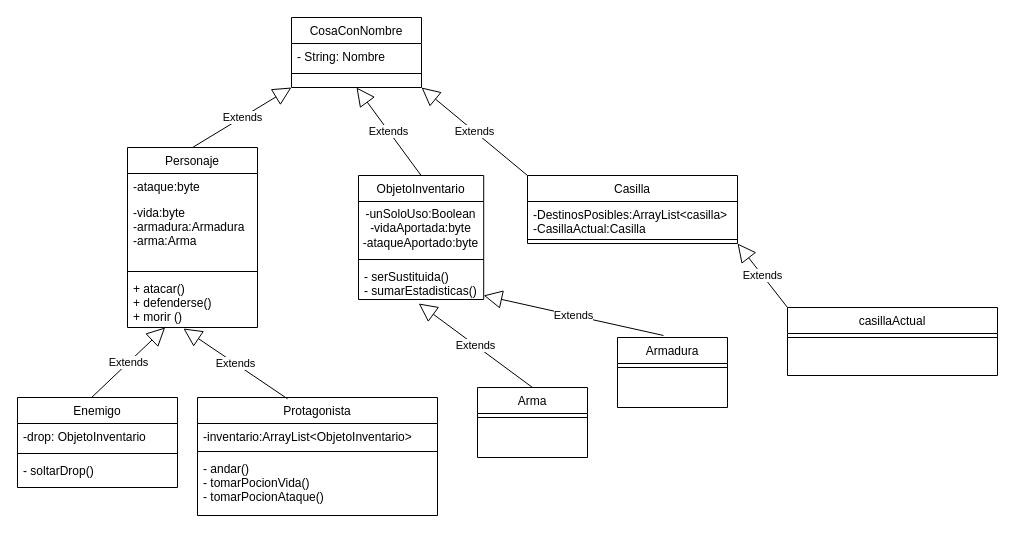
Before: diagramas/DiagramaDeClasesProyecto.drawio in SrAlex16/ProyectoProgramacion, a draw.io diagram. Source tidied: cells renumbered, new cells numbered last; positions are measured from the earlier drawing's top-left corner, leaving out a move shared by most shapes. Both pictures are drawn from the tidied source at 100%, with x=0, y=0 at pixel (17, 17).
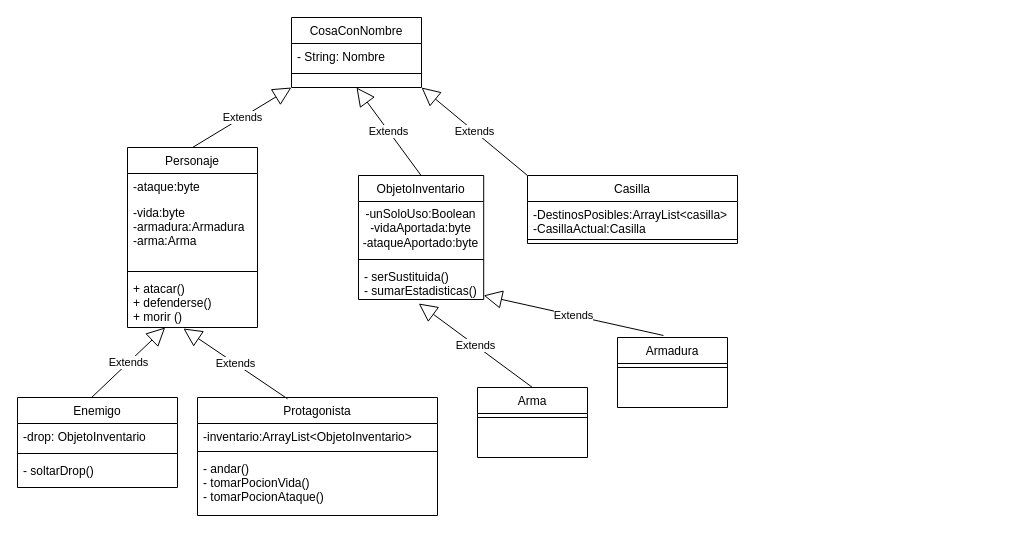
Above is the later version.

The change refers to these unchanged cells:
```xml
<mxCell id="32" value="Casilla" style="swimlane;fontStyle=0;align=center;verticalAlign=top;horizontal=1;startSize=26;rounded=0;shadow=0;strokeWidth=1;" parent="1" vertex="1">
  <mxGeometry x="510" y="158" width="210" height="68" as="geometry" />
</mxCell>
```

What changed in the source:
```diff
@@
-    <mxCell id="36" value="casillaActual" style="swimlane;fontStyle=0;align=center;verticalAlign=top;horizontal=1;startSize=26;rounded=0;shadow=0;strokeWidth=1;" parent="1" vertex="1">
-      <mxGeometry x="770" y="290" width="210" height="68" as="geometry" />
-    </mxCell>
-    <mxCell id="37" style="line;html=1;strokeWidth=1;align=left;verticalAlign=middle;spacingTop=-1;spacingLeft=3;spacingRight=3;labelPosition=right;" parent="36" vertex="1">
-      <mxGeometry y="26" width="210" height="8" as="geometry" />
-    </mxCell>
-    <mxCell id="38" value="Extends" style="endArrow=block;endSize=16;endFill=0;html=1;exitX=0;exitY=0;exitDx=0;exitDy=0;entryX=1;entryY=1;entryDx=0;entryDy=0;" parent="1" edge="1" source="36" target="32">
-      <mxGeometry relative="1" as="geometry" />
-    </mxCell>
```
